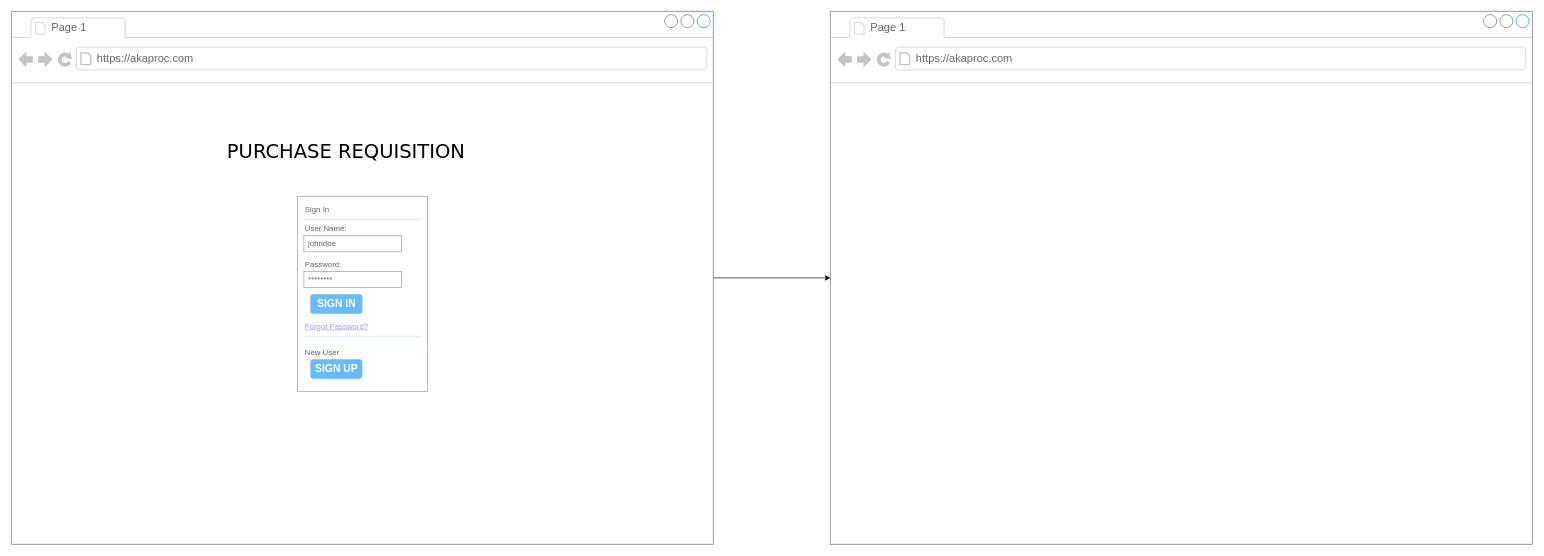
Above: procsyst.drawio in ardianozi18/berkibar (draw.io), before the change. Source tidied: cells renumbered, new cells numbered last; positions are measured from the earlier drawing's top-left corner, leaving out a move shared by most shapes. Both pictures are drawn from the tidied source at 65%, with x=0, y=0 at pixel (11, 11).
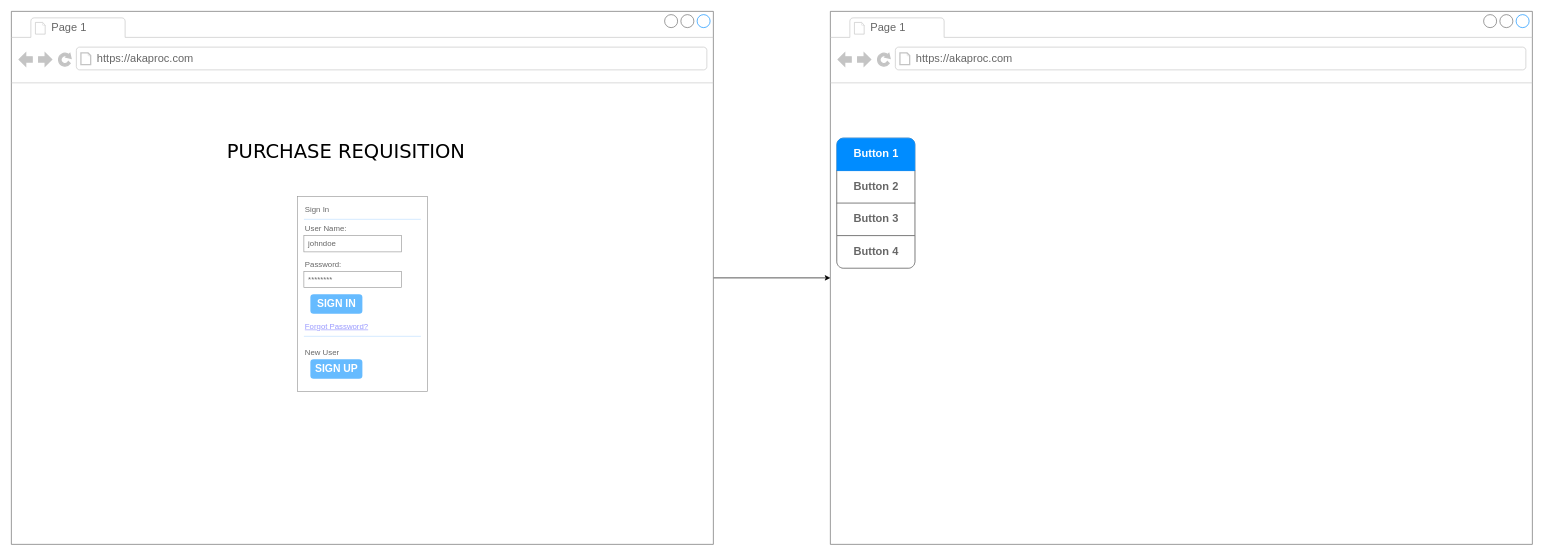
Above is the later version.

Unchanged cells that the change refers to:
```xml
<mxCell id="19" style="strokeWidth=1;shadow=0;dashed=0;align=center;html=1;shape=mxgraph.mockup.containers.browserWindow;rSize=0;strokeColor=#666666;mainText=,;rounded=0;labelBackgroundColor=none;fontFamily=Verdana;fontSize=12;" parent="1" vertex="1">
  <mxGeometry x="1260" width="1080" height="820" as="geometry" />
</mxCell>
```

What changed in the source:
```diff
@@
+    <mxCell id="22" style="strokeWidth=1;shadow=0;dashed=0;align=center;html=1;shape=mxgraph.mockup.rrect;rSize=10;strokeColor=#666666;fontSize=15;" parent="19" vertex="1">
+      <mxGeometry x="10" y="195" width="120" height="200" as="geometry" />
+    </mxCell>
+    <mxCell id="23" value="Button 2" style="strokeColor=inherit;fillColor=inherit;gradientColor=inherit;strokeWidth=1;shadow=0;dashed=0;align=center;html=1;shape=mxgraph.mockup.rrect;rSize=0;fontSize=17;fontColor=#666666;fontStyle=1;" parent="22" vertex="1">
+      <mxGeometry width="120" height="50" relative="1" as="geometry">
+        <mxPoint y="50" as="offset" />
+      </mxGeometry>
+    </mxCell>
+    <mxCell id="24" value="Button 3" style="strokeColor=inherit;fillColor=inherit;gradientColor=inherit;strokeWidth=1;shadow=0;dashed=0;align=center;html=1;shape=mxgraph.mockup.rrect;rSize=0;fontSize=17;fontColor=#666666;fontStyle=1;" parent="22" vertex="1">
+      <mxGeometry width="120" height="50" relative="1" as="geometry">
+        <mxPoint y="100" as="offset" />
+      </mxGeometry>
+    </mxCell>
+    <mxCell id="25" value="Button 4" style="strokeColor=inherit;fillColor=inherit;gradientColor=inherit;strokeWidth=1;shadow=0;dashed=0;align=center;html=1;shape=mxgraph.mockup.bottomButton;rSize=10;fontSize=17;fontColor=#666666;fontStyle=1;" parent="22" vertex="1">
+      <mxGeometry y="1" width="120" height="50" relative="1" as="geometry">
+        <mxPoint y="-50" as="offset" />
+      </mxGeometry>
+    </mxCell>
+    <mxCell id="26" value="Button 1" style="strokeWidth=1;shadow=0;dashed=0;align=center;html=1;shape=mxgraph.mockup.topButton;rSize=10;fontSize=17;fontColor=#ffffff;fontStyle=1;fillColor=#008cff;strokeColor=#008cff;" parent="22" vertex="1">
+      <mxGeometry width="120" height="50" relative="1" as="geometry" />
+    </mxCell>
```
